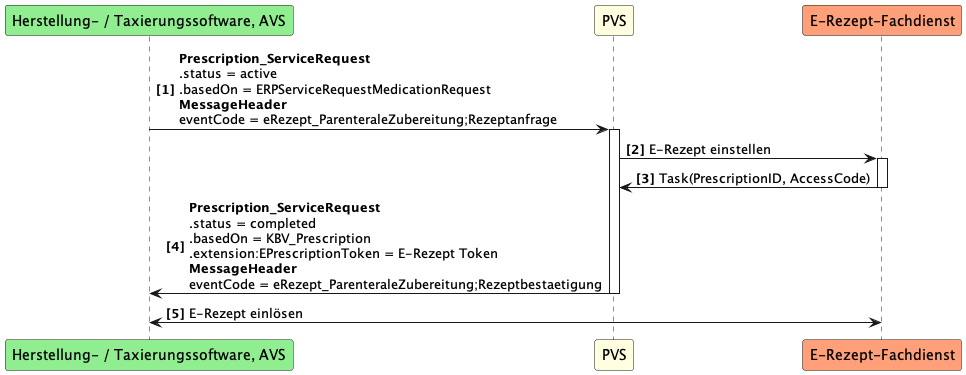
Earlier version of the PlantUML export guides/ig-rezeptanforderung/images/puml_images/UC4.png (gematik/spec-E-Rezept-ServiceRequest).
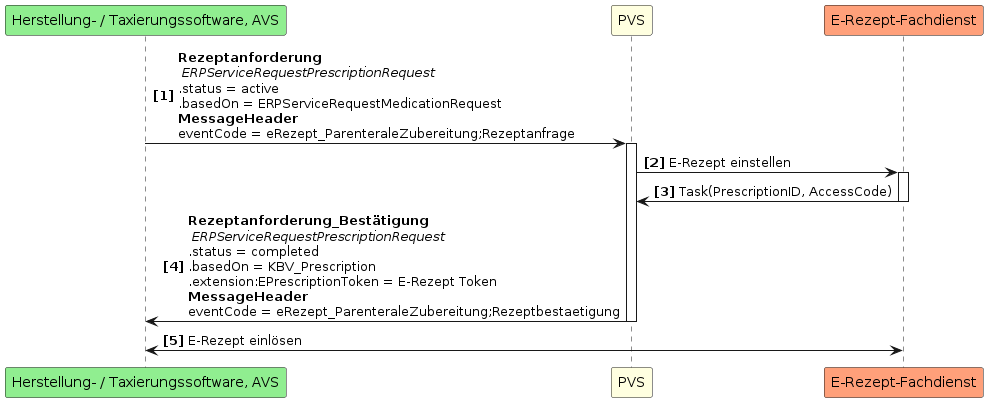
After the change.

What changed in the source:
```diff
@@ -4,10 +4,10 @@
 participant PVS as A #LightYellow
 participant "E-Rezept-Fachdienst" as FD #LightSalmon
 
-AP -> A++: <b>Prescription_ServiceRequest \n.status = active \n.basedOn = ERPServiceRequestMedicationRequest \n<b>MessageHeader\neventCode = eRezept_ParenteraleZubereitung;Rezeptanfrage
+AP -> A++: <b>Rezeptanforderung \n <i>ERPServiceRequestPrescriptionRequest \n.status = active \n.basedOn = ERPServiceRequestMedicationRequest \n<b>MessageHeader\neventCode = eRezept_ParenteraleZubereitung;Rezeptanfrage
 A -> FD++: E-Rezept einstellen
 FD -> A--: Task(PrescriptionID, AccessCode)
-A -> AP--: <b>Prescription_ServiceRequest \n.status = completed \n.basedOn = KBV_Prescription \n.extension:EPrescriptionToken = E-Rezept Token\n<b>MessageHeader\neventCode = eRezept_ParenteraleZubereitung;Rezeptbestaetigung
+A -> AP--: <b>Rezeptanforderung_Bestätigung \n <i>ERPServiceRequestPrescriptionRequest  \n.status = completed \n.basedOn = KBV_Prescription \n.extension:EPrescriptionToken = E-Rezept Token\n<b>MessageHeader\neventCode = eRezept_ParenteraleZubereitung;Rezeptbestaetigung
 AP <-> FD: E-Rezept einlösen
 
 @enduml
```
